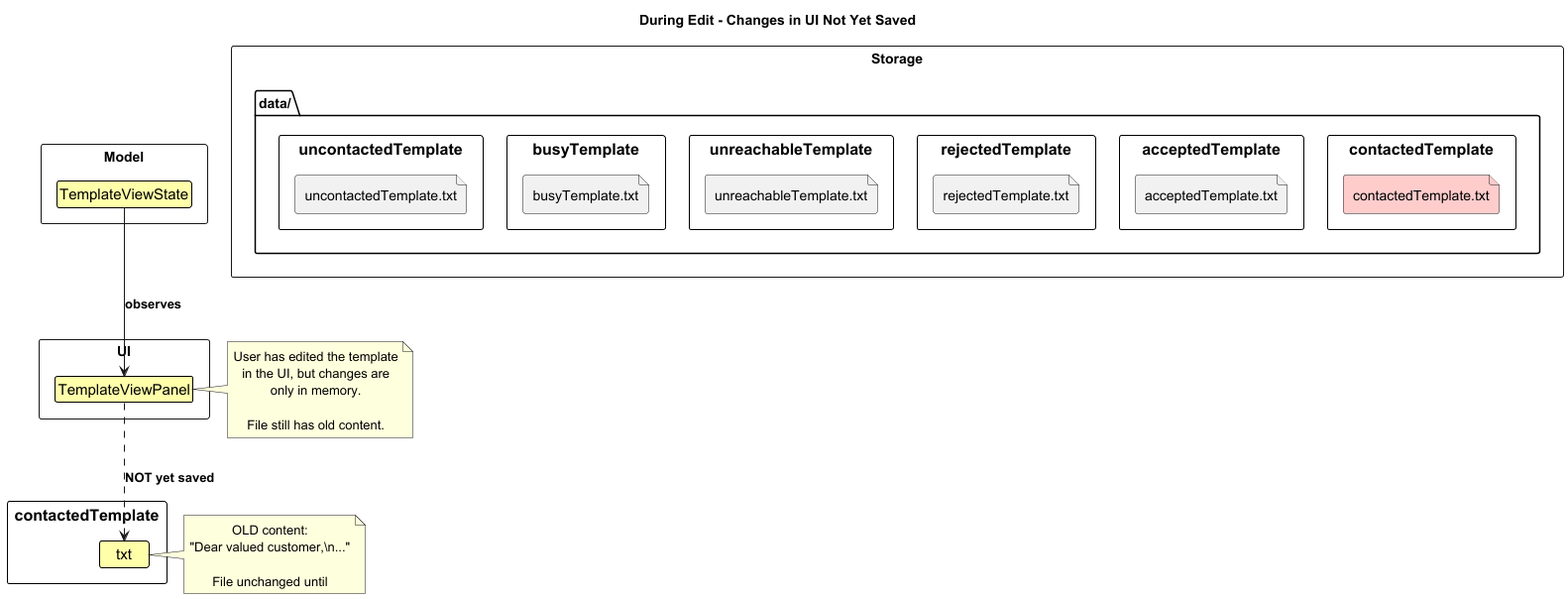
Above: docs/images/TemplateState2.png in pohanson/tp (PlantUML), before the change.
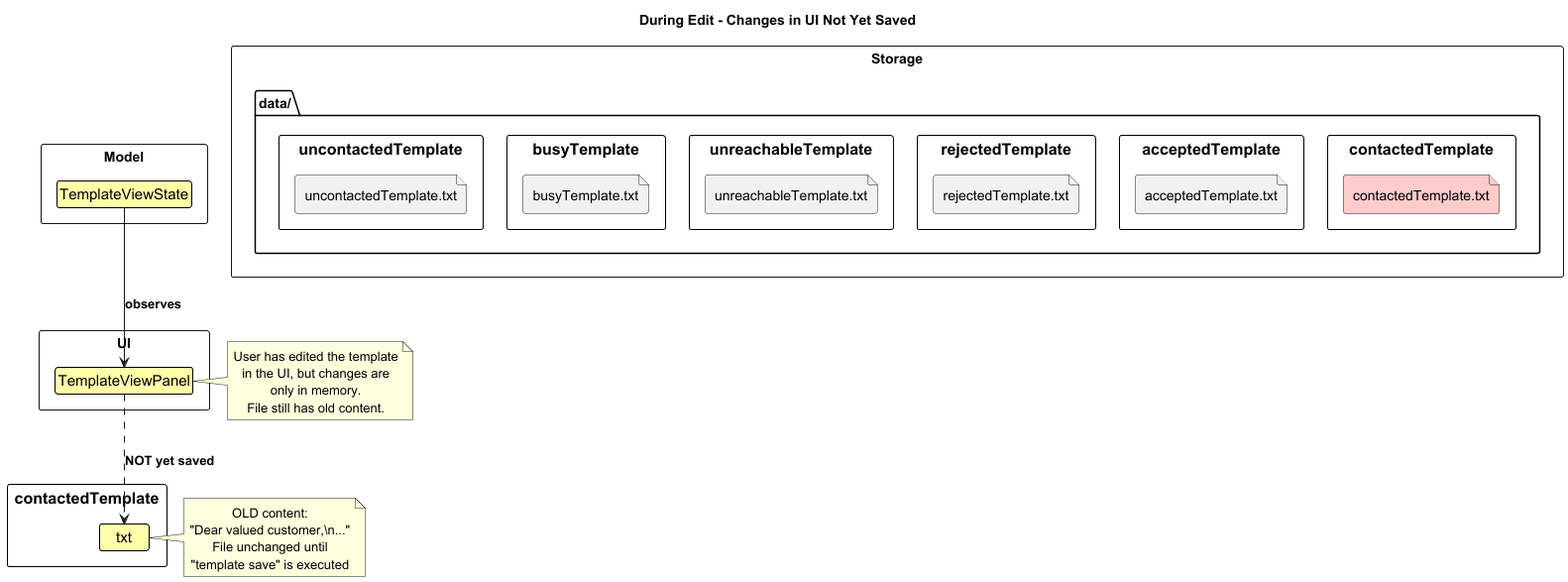
The same file after the commit.

Change to the diagram source:
```diff
@@ -40,15 +40,14 @@
   User has edited the template
   in the UI, but changes are
   only in memory.
-
   File still has old content.
 end note
 
 note left of "contactedTemplate.txt"
   OLD content:
   "Dear valued customer,\n..."
-
   File unchanged until
+  "template save" is executed
 end note
 
 @enduml
```
